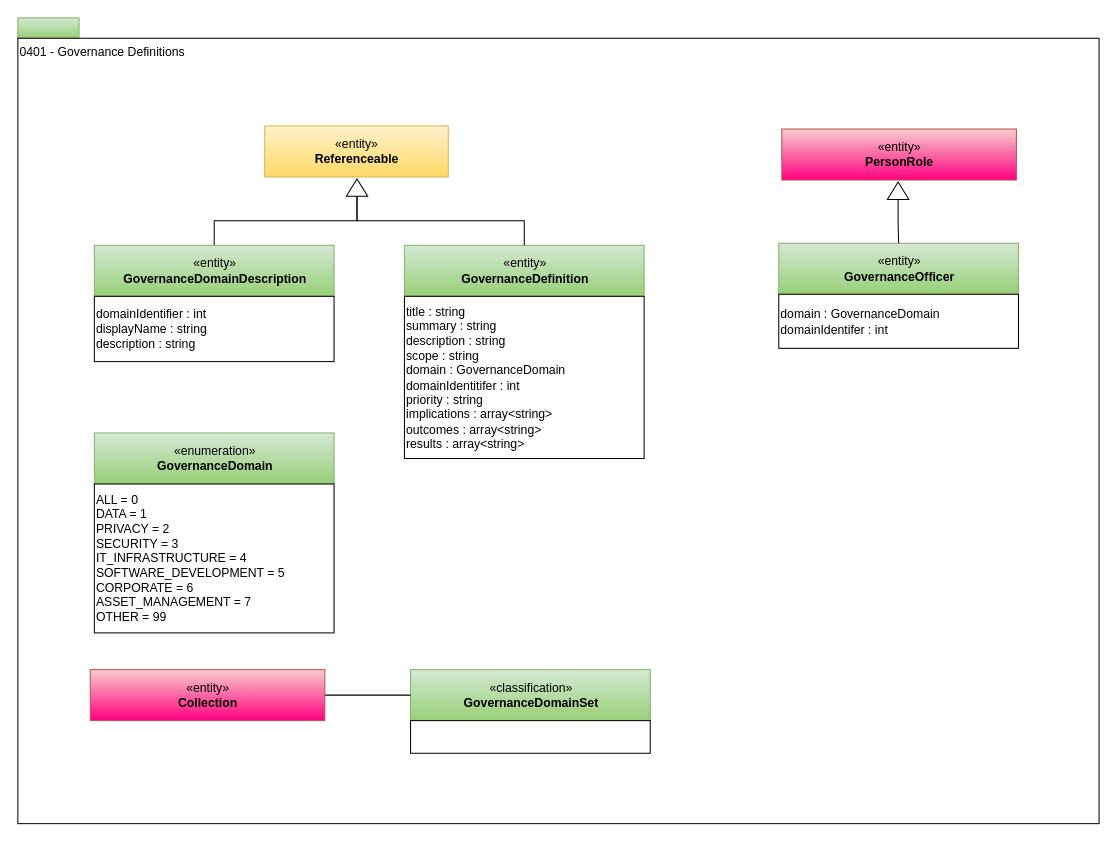
Earlier version of the draw.io diagram page "0401-Governance-Definitions" (2 of 25) of open-metadata-publication/website/open-metadata-types/area-4-governance.drawio (odpi/egeria). Source tidied: cells renumbered, new cells numbered last; positions are measured from the earlier drawing's top-left corner, leaving out a move shared by most shapes. Both pictures are drawn from the tidied source at 102%, with x=0, y=0 at pixel (17, 17).
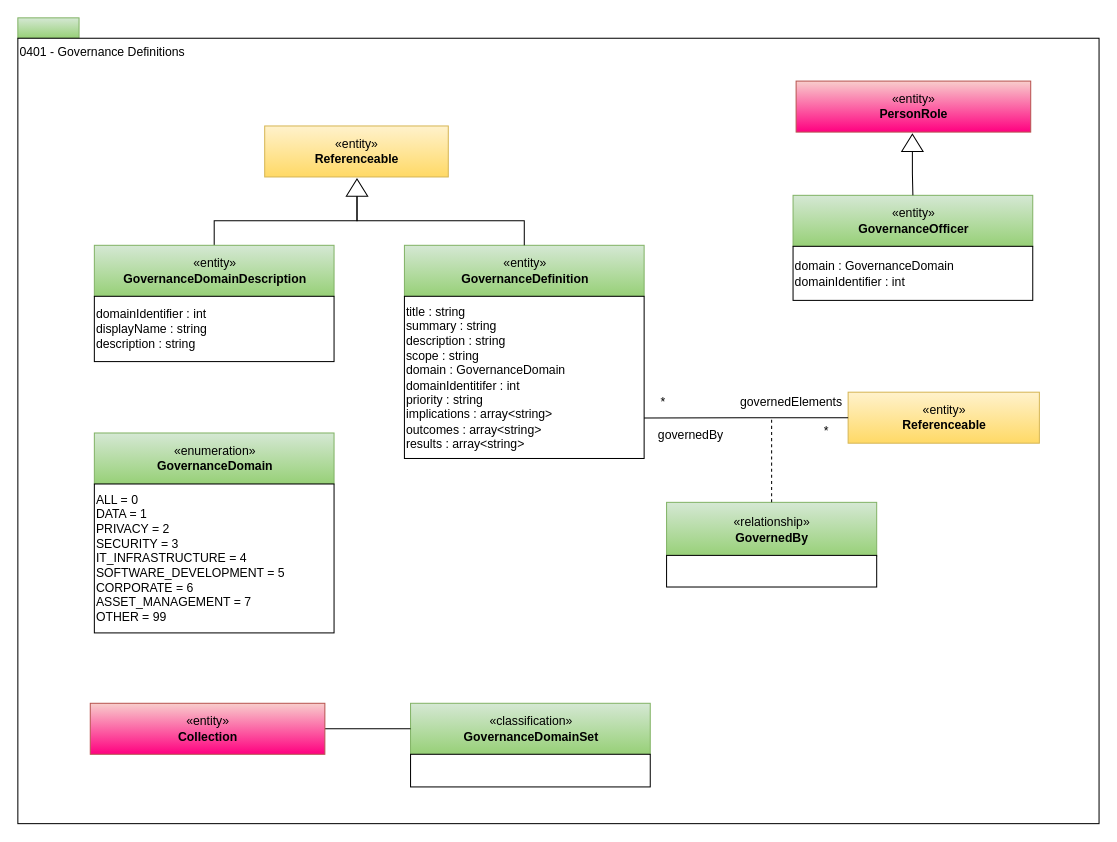
Above is the later version.

The change refers to these unchanged cells:
```xml
<mxCell id="12" value="title : string&lt;br&gt;summary : string&lt;br&gt;description : string&lt;br&gt;scope : string&lt;br&gt;domain : GovernanceDomain&lt;br&gt;domainIdentitifer : int&lt;br&gt;priority : string&lt;br&gt;implications : array&amp;lt;string&amp;gt;&lt;br&gt;outcomes : array&amp;lt;string&amp;gt;&lt;br&gt;results : array&amp;lt;string&amp;gt;" style="rounded=0;whiteSpace=wrap;html=1;strokeColor=#000000;gradientColor=#ffffff;align=left;" parent="1" vertex="1">
  <mxGeometry x="379" y="273" width="235" height="159" as="geometry" />
</mxCell>
```

Change to the diagram source:
```diff
@@
     <mxCell id="4" value="«entity»&lt;br&gt;&lt;b&gt;GovernanceOfficer&lt;/b&gt;" style="html=1;strokeColor=#82b366;align=center;fillColor=#d5e8d4;gradientColor=#97d077;" parent="1" vertex="1">
-      <mxGeometry x="746" y="221" width="235" height="50" as="geometry" />
+      <mxGeometry x="760" y="174" width="235" height="50" as="geometry" />
     </mxCell>
@@
     <mxCell id="6" style="triangle;whiteSpace=wrap;html=1;strokeColor=#000000;gradientColor=#ffffff;align=center;rotation=-90;" parent="1" vertex="1">
-      <mxGeometry x="854.5" y="159" width="17" height="21" as="geometry" />
+      <mxGeometry x="868.5" y="112" width="17" height="21" as="geometry" />
     </mxCell>
-    <mxCell id="7" value="domain : GovernanceDomain&lt;br&gt;domainIdentifer : int" style="rounded=0;whiteSpace=wrap;html=1;strokeColor=#000000;gradientColor=#ffffff;align=left;" parent="1" vertex="1">
-      <mxGeometry x="746" y="271" width="235" height="53" as="geometry" />
+    <mxCell id="7" value="domain : GovernanceDomain&lt;br&gt;domainIdentifier : int" style="rounded=0;whiteSpace=wrap;html=1;strokeColor=#000000;gradientColor=#ffffff;align=left;" parent="1" vertex="1">
+      <mxGeometry x="760" y="224" width="235" height="53" as="geometry" />
     </mxCell>
@@
     <mxCell id="15" value="«entity»&lt;br&gt;&lt;b&gt;PersonRole&lt;/b&gt;" style="html=1;strokeColor=#b85450;align=center;fillColor=#f8cecc;gradientColor=#FF0080;" parent="1" vertex="1">
-      <mxGeometry x="749" y="109" width="230" height="50" as="geometry" />
+      <mxGeometry x="763" y="62" width="230" height="50" as="geometry" />
     </mxCell>
@@
     <mxCell id="19" value="«classification»&lt;br&gt;&lt;b&gt;GovernanceDomainSet&lt;/b&gt;" style="html=1;strokeColor=#82b366;align=center;fillColor=#d5e8d4;gradientColor=#97d077;" parent="1" vertex="1">
-      <mxGeometry x="385" y="639" width="235" height="50" as="geometry" />
+      <mxGeometry x="385" y="672" width="235" height="50" as="geometry" />
     </mxCell>
     <mxCell id="20" style="rounded=0;whiteSpace=wrap;html=1;strokeColor=#000000;gradientColor=#ffffff;align=left;" parent="1" vertex="1">
-      <mxGeometry x="385" y="689" width="235" height="32" as="geometry" />
+      <mxGeometry x="385" y="722" width="235" height="32" as="geometry" />
     </mxCell>
@@
     <mxCell id="22" value="«entity»&lt;br&gt;&lt;b&gt;Collection&lt;/b&gt;" style="html=1;strokeColor=#b85450;align=center;fillColor=#f8cecc;gradientColor=#FF0080;" parent="1" vertex="1">
-      <mxGeometry x="71" y="639" width="230" height="50" as="geometry" />
+      <mxGeometry x="71" y="672" width="230" height="50" as="geometry" />
     </mxCell>
+    <mxCell id="23" value="«entity»&lt;br&gt;&lt;b&gt;Referenceable&lt;/b&gt;" style="html=1;strokeColor=#d6b656;align=center;fillColor=#fff2cc;gradientColor=#ffd966;" parent="1" vertex="1">
+      <mxGeometry x="814" y="367" width="187.5" height="50" as="geometry" />
+    </mxCell>
+    <mxCell id="24" style="edgeStyle=orthogonalEdgeStyle;rounded=0;html=1;entryX=1;entryY=0.75;jettySize=auto;endArrow=none;endFill=0;entryDx=0;entryDy=0;exitX=0;exitY=0.5;exitDx=0;exitDy=0;" parent="1" edge="1" source="23" target="12">
+      <mxGeometry relative="1" as="geometry" />
+    </mxCell>
+    <mxCell id="25" value="*" style="text;html=1;strokeColor=none;fillColor=none;align=center;verticalAlign=middle;whiteSpace=wrap;rounded=0;" parent="1" vertex="1">
+      <mxGeometry x="780" y="396" width="26" height="18" as="geometry" />
+    </mxCell>
+    <mxCell id="26" value="«relationship»&lt;br&gt;&lt;b&gt;GovernedBy&lt;/b&gt;" style="html=1;strokeColor=#82b366;align=center;fillColor=#d5e8d4;gradientColor=#97d077;" parent="1" vertex="1">
+      <mxGeometry x="636" y="475" width="206" height="53" as="geometry" />
+    </mxCell>
+    <mxCell id="27" style="endArrow=none;dashed=1;html=1;" parent="1" edge="1" target="26">
+      <mxGeometry relative="1" as="geometry">
+        <mxPoint x="739" y="394" as="sourcePoint" />
+      </mxGeometry>
+    </mxCell>
+    <mxCell id="28" style="rounded=0;whiteSpace=wrap;html=1;strokeColor=#000000;gradientColor=#ffffff;align=left;" parent="1" vertex="1">
+      <mxGeometry x="636" y="527" width="206" height="31" as="geometry" />
+    </mxCell>
+    <mxCell id="29" value="governedBy" style="text;html=1;strokeColor=none;fillColor=none;align=center;verticalAlign=middle;whiteSpace=wrap;rounded=0;" parent="1" vertex="1">
+      <mxGeometry x="597" y="399" width="126" height="20" as="geometry" />
+    </mxCell>
+    <mxCell id="30" value="governedElements" style="text;html=1;strokeColor=none;fillColor=none;align=center;verticalAlign=middle;whiteSpace=wrap;rounded=0;" parent="1" vertex="1">
+      <mxGeometry x="691" y="367" width="135" height="20" as="geometry" />
+    </mxCell>
+    <mxCell id="31" value="*" style="text;html=1;strokeColor=none;fillColor=none;align=center;verticalAlign=middle;whiteSpace=wrap;rounded=0;" parent="1" vertex="1">
+      <mxGeometry x="620" y="368" width="26" height="18" as="geometry" />
+    </mxCell>
```
